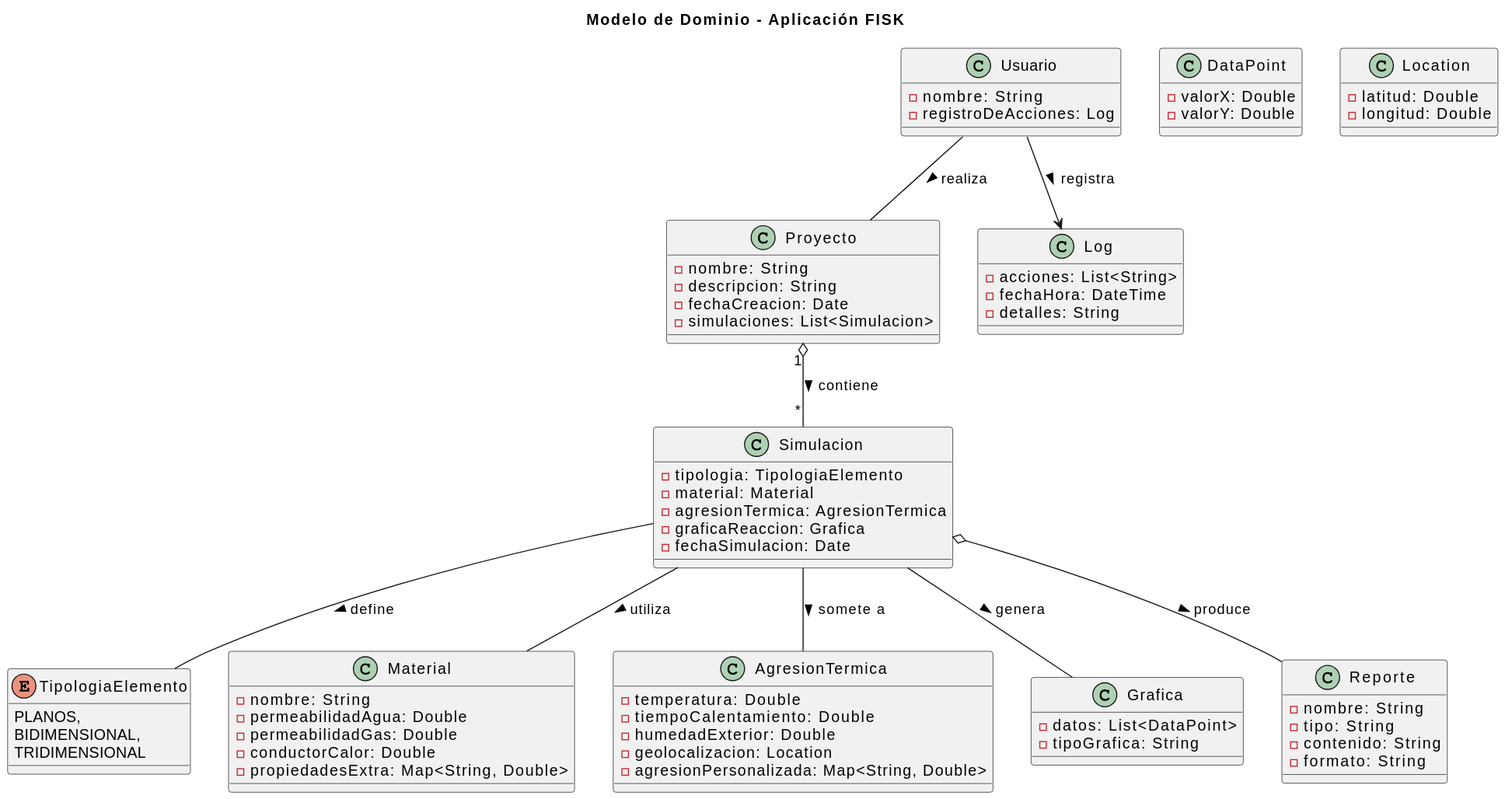
Above: imagenes/modelosUML/diagramaClases.svg in mmasias/23-24-IdSw1-SDR (PlantUML), before the change.
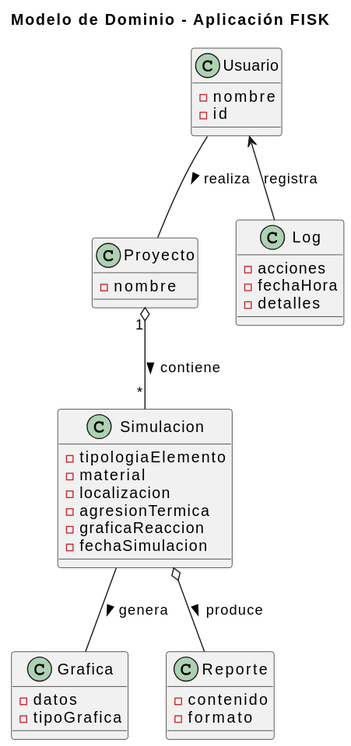
After the commit.

Commit message:
nueva version diagrama clases

The edit, as a diff of the source:
```diff
@@ -2,81 +2,42 @@
 title Modelo de Dominio - Aplicación FISK
 
 class Usuario {
-    - nombre: String
-    - registroDeAcciones: Log
+    - nombre
+    - id
 }
 
 class Proyecto {
-    - nombre: String
-    - descripcion: String
-    - fechaCreacion: Date
-    - simulaciones: List<Simulacion>
+    - nombre
 }
 
 class Simulacion {
-    - tipologia: TipologiaElemento
-    - material: Material
-    - agresionTermica: AgresionTermica
-    - graficaReaccion: Grafica
-    - fechaSimulacion: Date
-}
-
-enum TipologiaElemento {
-    PLANOS,
-    BIDIMENSIONAL,
-    TRIDIMENSIONAL
-}
-
-class Material {
-    - nombre: String
-    - permeabilidadAgua: Double
-    - permeabilidadGas: Double
-    - conductorCalor: Double
-    - propiedadesExtra: Map<String, Double>
-}
-
-class AgresionTermica {
-    - temperatura: Double
-    - tiempoCalentamiento: Double
-    - humedadExterior: Double
-    - geolocalizacion: Location
-    - agresionPersonalizada: Map<String, Double>
+    - tipologiaElemento
+    - material
+    - localizacion
+    - agresionTermica
+    - graficaReaccion
+    - fechaSimulacion
 }
 
 class Grafica {
-    - datos: List<DataPoint>
-    - tipoGrafica: String
-}
-
-class DataPoint {
-    - valorX: Double
-    - valorY: Double
+    - datos
+    - tipoGrafica
 }
 
 class Log {
-    - acciones: List<String>
-    - fechaHora: DateTime
-    - detalles: String
+    - acciones
+    - fechaHora
+    - detalles
 }
 
 class Reporte {
-    - nombre: String
-    - tipo: String
-    - contenido: String
-    - formato: String
-}
-
-class Location {
-    - latitud: Double
-    - longitud: Double
+    - contenido
+    - formato
 }
 
 Usuario -- Proyecto : "realiza >"
 Proyecto "1" o-- "*" Simulacion : "contiene >"
-Simulacion -- TipologiaElemento : "define >"
-Simulacion -- Material : "utiliza >"
-Simulacion -- AgresionTermica : "somete a >"
 Simulacion -- Grafica : "genera >"
 Simulacion o-- Reporte : "produce >"
-Usuario --> Log : "registra >"
+Usuario <-- Log : "registra"
 @enduml
```
